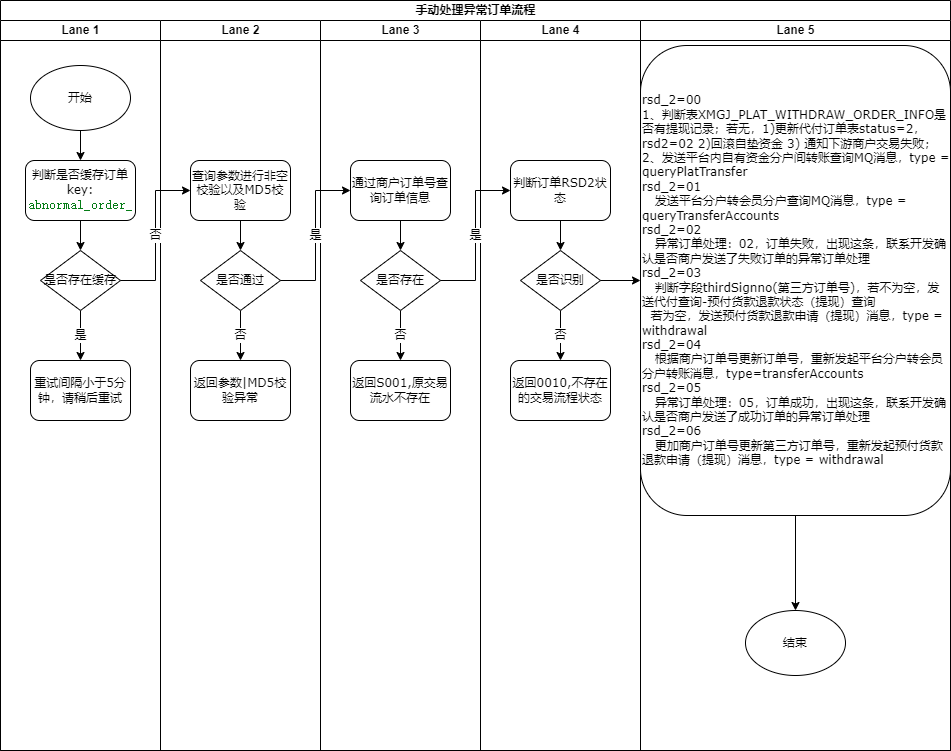
The draw.io diagram 异常订单手动处理流程.drawio.png in songyibo2019/mydiagrams, before a commit. Source tidied: cells renumbered, new cells last; positions are measured from the earlier drawing's top-left corner, leaving out a move shared by most shapes.
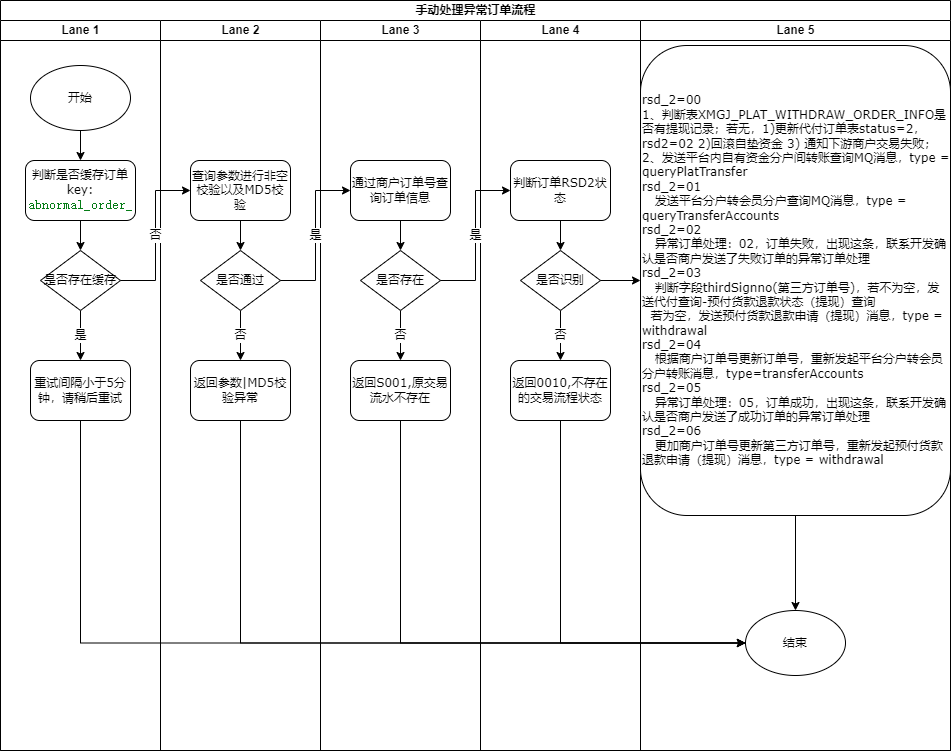
The same file after the commit.

Commit message:
Update 异常订单手动处理流程.drawio.png

What changed in the source:
```diff
@@ -107,5 +107,17 @@
     <mxCell id="36" style="edgeStyle=orthogonalEdgeStyle;rounded=0;jettySize=auto;html=1;exitX=1;exitY=0.5;exitDx=0;exitDy=0;entryX=0;entryY=0.5;entryDx=0;entryDy=0;fontSize=11;" parent="2" edge="1" source="27" target="31">
       <mxGeometry relative="1" as="geometry" />
     </mxCell>
+    <mxCell id="37" style="edgeStyle=orthogonalEdgeStyle;rounded=0;jettySize=auto;html=1;exitX=0.5;exitY=1;exitDx=0;exitDy=0;entryX=0;entryY=0.5;entryDx=0;entryDy=0;fontSize=11;" parent="2" edge="1" source="10" target="32">
+      <mxGeometry relative="1" as="geometry" />
+    </mxCell>
+    <mxCell id="38" style="edgeStyle=orthogonalEdgeStyle;rounded=0;jettySize=auto;html=1;exitX=0.5;exitY=1;exitDx=0;exitDy=0;entryX=0;entryY=0.5;entryDx=0;entryDy=0;fontSize=11;" parent="2" edge="1" source="16" target="32">
+      <mxGeometry relative="1" as="geometry" />
+    </mxCell>
+    <mxCell id="39" style="edgeStyle=orthogonalEdgeStyle;rounded=0;jettySize=auto;html=1;exitX=0.5;exitY=1;exitDx=0;exitDy=0;entryX=0;entryY=0.5;entryDx=0;entryDy=0;fontSize=11;" parent="2" edge="1" source="22" target="32">
+      <mxGeometry relative="1" as="geometry" />
+    </mxCell>
+    <mxCell id="40" style="edgeStyle=orthogonalEdgeStyle;rounded=0;jettySize=auto;html=1;exitX=0.5;exitY=1;exitDx=0;exitDy=0;entryX=0;entryY=0.5;entryDx=0;entryDy=0;fontSize=11;" parent="2" edge="1" source="28" target="32">
+      <mxGeometry relative="1" as="geometry" />
+    </mxCell>
   </root>
 </mxGraphModel>
```
